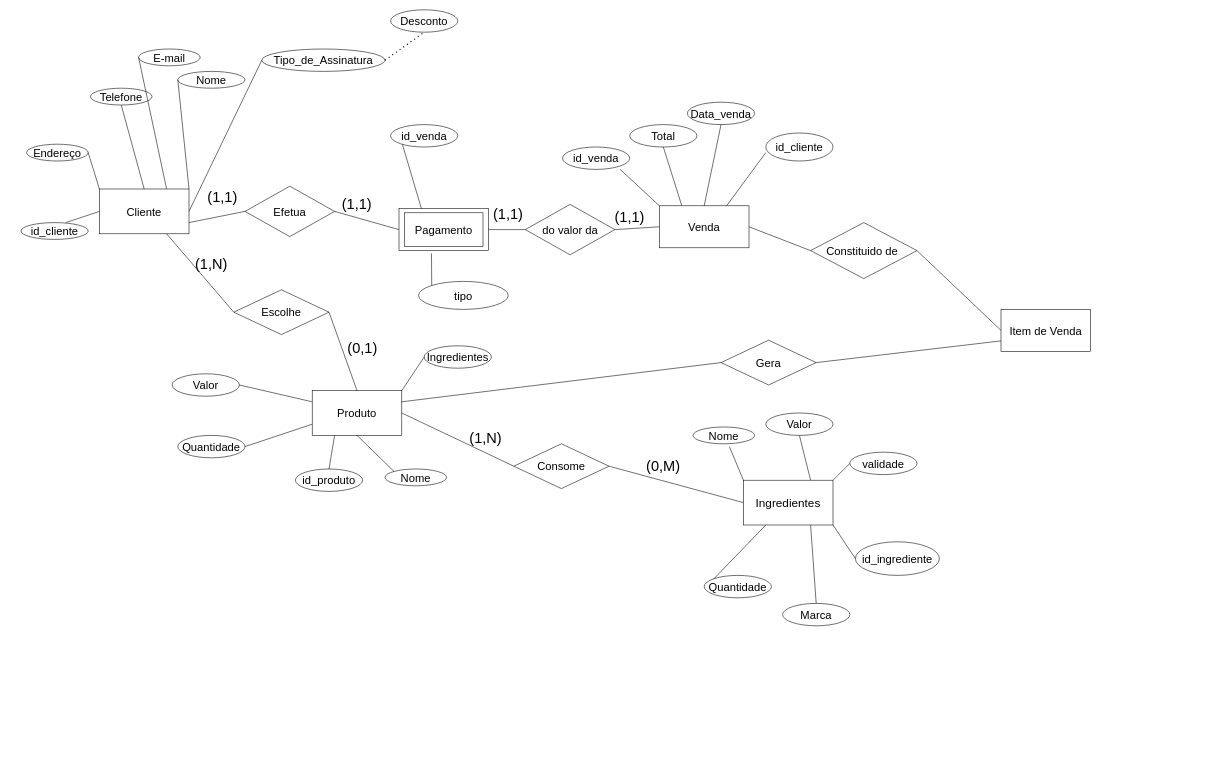
This is lib/der-padaria.drawio from GustavoBastos04/Sistema-de-padaria, a draw.io file, before an edit. Source tidied: cells renumbered, new cells numbered last; positions are measured from the earlier drawing's top-left corner, leaving out a move shared by most shapes. Both pictures are drawn from the tidied source at 56%, with x=0, y=0 at pixel (21, 10).
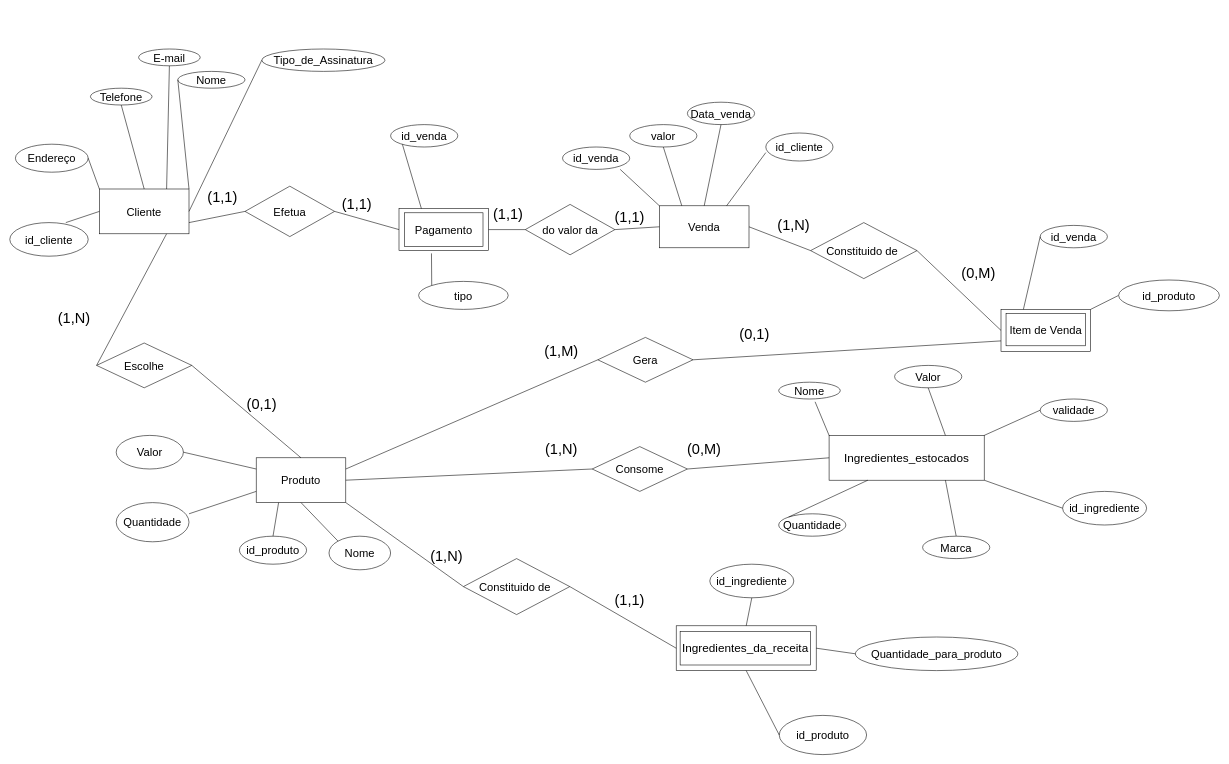
Above is the later version.

The change refers to these unchanged cells:
```xml
<mxCell id="4" value="&lt;font style=&quot;font-size: 20px;&quot;&gt;Cliente&lt;/font&gt;" style="rounded=0;whiteSpace=wrap;html=1;" parent="1" vertex="1">
  <mxGeometry x="140" y="320" width="160" height="80" as="geometry" />
</mxCell>
<mxCell id="9" value="&lt;span style=&quot;font-size: 20px;&quot;&gt;Tipo_de_Assinatura&lt;/span&gt;" style="ellipse;whiteSpace=wrap;html=1;" parent="1" vertex="1">
  <mxGeometry x="430" y="70" width="220" height="40" as="geometry" />
</mxCell>
<mxCell id="10" value="&lt;font style=&quot;font-size: 20px;&quot;&gt;E-mail&lt;/font&gt;" style="ellipse;whiteSpace=wrap;html=1;" parent="1" vertex="1">
  <mxGeometry x="210" y="70" width="110" height="30" as="geometry" />
</mxCell>
```

The edit, as a diff of the source:
```diff
@@
     <mxCell id="2" value="&lt;font style=&quot;font-size: 20px;&quot;&gt;Produto&lt;/font&gt;" style="rounded=0;whiteSpace=wrap;html=1;" parent="1" vertex="1">
-      <mxGeometry x="520" y="680" width="160" height="80" as="geometry" />
+      <mxGeometry x="420" y="800" width="160" height="80" as="geometry" />
     </mxCell>
-    <mxCell id="3" value="&lt;span style=&quot;font-size: 21px;&quot;&gt;Ingredientes&lt;/span&gt;" style="rounded=0;whiteSpace=wrap;html=1;" parent="1" vertex="1">
-      <mxGeometry x="1290" y="840" width="160" height="80" as="geometry" />
+    <mxCell id="3" value="&lt;span style=&quot;font-size: 21px;&quot;&gt;Ingredientes_estocados&lt;/span&gt;" style="rounded=0;whiteSpace=wrap;html=1;" parent="1" vertex="1">
+      <mxGeometry x="1443" y="760" width="277" height="80" as="geometry" />
     </mxCell>
@@
     <mxCell id="5" value="&lt;font style=&quot;font-size: 20px;&quot;&gt;Escolhe&lt;/font&gt;" style="rhombus;whiteSpace=wrap;html=1;" parent="1" vertex="1">
-      <mxGeometry x="380" y="500" width="170" height="80" as="geometry" />
+      <mxGeometry x="135" y="595" width="170" height="80" as="geometry" />
     </mxCell>
     <mxCell id="6" value="&lt;font style=&quot;font-size: 20px;&quot;&gt;Consome&lt;/font&gt;" style="rhombus;whiteSpace=wrap;html=1;" parent="1" vertex="1">
-      <mxGeometry x="880" y="775" width="170" height="80" as="geometry" />
+      <mxGeometry x="1020" y="780" width="170" height="80" as="geometry" />
     </mxCell>
@@
     <mxCell id="8" value="&lt;font style=&quot;font-size: 20px;&quot;&gt;id_cliente&lt;/font&gt;" style="ellipse;whiteSpace=wrap;html=1;" parent="1" vertex="1">
-      <mxGeometry y="380" width="120" height="30" as="geometry" />
+      <mxGeometry x="-20" y="380" width="140" height="60" as="geometry" />
     </mxCell>
@@
     <mxCell id="12" value="&lt;font style=&quot;font-size: 20px;&quot;&gt;Nome&lt;/font&gt;" style="ellipse;whiteSpace=wrap;html=1;" parent="1" vertex="1">
-      <mxGeometry x="1200" y="745" width="110" height="30" as="geometry" />
+      <mxGeometry x="1353" y="665" width="110" height="30" as="geometry" />
     </mxCell>
     <mxCell id="13" value="&lt;font style=&quot;font-size: 20px;&quot;&gt;id_ingrediente&lt;/font&gt;" style="ellipse;whiteSpace=wrap;html=1;" parent="1" vertex="1">
-      <mxGeometry x="1490" y="950" width="150" height="60" as="geometry" />
+      <mxGeometry x="1860" y="860" width="150" height="60" as="geometry" />
     </mxCell>
     <mxCell id="14" value="&lt;font style=&quot;font-size: 20px;&quot;&gt;id_produto&lt;/font&gt;" style="ellipse;whiteSpace=wrap;html=1;" parent="1" vertex="1">
-      <mxGeometry x="490" y="820" width="120" height="40" as="geometry" />
+      <mxGeometry x="390" y="940" width="120" height="50" as="geometry" />
     </mxCell>
     <mxCell id="15" value="&lt;font style=&quot;font-size: 20px;&quot;&gt;Nome&lt;/font&gt;" style="ellipse;whiteSpace=wrap;html=1;" parent="1" vertex="1">
-      <mxGeometry x="650" y="820" width="110" height="30" as="geometry" />
+      <mxGeometry x="550" y="940" width="110" height="60" as="geometry" />
     </mxCell>
     <mxCell id="16" value="&lt;font style=&quot;font-size: 20px;&quot;&gt;Quantidade&lt;/font&gt;" style="ellipse;whiteSpace=wrap;html=1;" parent="1" vertex="1">
-      <mxGeometry x="1220" y="1010" width="120" height="40" as="geometry" />
+      <mxGeometry x="1353" y="900" width="120" height="40" as="geometry" />
     </mxCell>
-    <mxCell id="17" value="&lt;font style=&quot;font-size: 20px;&quot;&gt;Marca&lt;/font&gt;" style="ellipse;whiteSpace=wrap;html=1;" parent="1" vertex="1">
-      <mxGeometry x="1360" y="1060" width="120" height="40" as="geometry" />
-    </mxCell>
     <mxCell id="18" value="&lt;font style=&quot;font-size: 20px;&quot;&gt;Quantidade&lt;/font&gt;" style="ellipse;whiteSpace=wrap;html=1;" parent="1" vertex="1">
-      <mxGeometry x="280" y="760" width="120" height="40" as="geometry" />
+      <mxGeometry x="170" y="880" width="130" height="70" as="geometry" />
     </mxCell>
     <mxCell id="19" value="&lt;font style=&quot;font-size: 20px;&quot;&gt;Valor&lt;/font&gt;" style="ellipse;whiteSpace=wrap;html=1;" parent="1" vertex="1">
-      <mxGeometry x="270" y="650" width="120" height="40" as="geometry" />
+      <mxGeometry x="170" y="760" width="120" height="60" as="geometry" />
     </mxCell>
     <mxCell id="20" value="&lt;font style=&quot;font-size: 20px;&quot;&gt;Valor&lt;/font&gt;" style="ellipse;whiteSpace=wrap;html=1;" parent="1" vertex="1">
-      <mxGeometry x="1330" y="720" width="120" height="40" as="geometry" />
+      <mxGeometry x="1560" y="635" width="120" height="40" as="geometry" />
     </mxCell>
-    <mxCell id="21" value="&lt;font style=&quot;font-size: 20px;&quot;&gt;Ingredientes&lt;/font&gt;" style="ellipse;whiteSpace=wrap;html=1;" parent="1" vertex="1">
-      <mxGeometry x="720" y="600" width="120" height="40" as="geometry" />
-    </mxCell>
-    <mxCell id="22" value="&lt;font style=&quot;font-size: 20px;&quot;&gt;Desconto&lt;/font&gt;" style="ellipse;whiteSpace=wrap;html=1;" parent="1" vertex="1">
-      <mxGeometry x="660" width="120" height="40" as="geometry" />
-    </mxCell>
-    <mxCell id="23" style="endArrow=none;html=1;rounded=0;exitX=0.75;exitY=0;exitDx=0;exitDy=0;entryX=0.5;entryY=1;entryDx=0;entryDy=0;" parent="1" edge="1" source="3">
-      <mxGeometry relative="1" as="geometry">
-        <mxPoint x="1390" y="760" as="targetPoint" />
-      </mxGeometry>
+    <mxCell id="23" style="endArrow=none;html=1;rounded=0;exitX=0.75;exitY=0;exitDx=0;exitDy=0;entryX=0.5;entryY=1;entryDx=0;entryDy=0;" parent="1" edge="1" source="3" target="20">
+      <mxGeometry relative="1" as="geometry" />
     </mxCell>
     <mxCell id="24" style="endArrow=none;html=1;rounded=0;exitX=0;exitY=0;exitDx=0;exitDy=0;entryX=0.5;entryY=1;entryDx=0;entryDy=0;" parent="1" edge="1" source="3">
       <mxGeometry relative="1" as="geometry">
-        <mxPoint x="1265" y="780" as="targetPoint" />
+        <mxPoint x="1418" y="700" as="targetPoint" />
       </mxGeometry>
     </mxCell>
@@
-    <mxCell id="27" style="endArrow=none;html=1;rounded=0;exitX=0.75;exitY=1;exitDx=0;exitDy=0;entryX=0.5;entryY=0;entryDx=0;entryDy=0;" parent="1" edge="1" source="3">
-      <mxGeometry relative="1" as="geometry">
-        <mxPoint x="1420" y="1060" as="targetPoint" />
-      </mxGeometry>
-    </mxCell>
@@
     <mxCell id="30" style="endArrow=none;html=1;rounded=0;exitX=1;exitY=0.5;exitDx=0;exitDy=0;entryX=0;entryY=0.75;entryDx=0;entryDy=0;" parent="1" edge="1" target="2">
       <mxGeometry relative="1" as="geometry">
-        <mxPoint x="400" y="780" as="sourcePoint" />
+        <mxPoint x="300" y="900" as="sourcePoint" />
       </mxGeometry>
     </mxCell>
     <mxCell id="31" style="endArrow=none;html=1;rounded=0;exitX=1;exitY=0.5;exitDx=0;exitDy=0;entryX=0;entryY=0.25;entryDx=0;entryDy=0;" parent="1" edge="1" target="2">
       <mxGeometry relative="1" as="geometry">
-        <mxPoint x="390" y="670" as="sourcePoint" />
+        <mxPoint x="290" y="790" as="sourcePoint" />
       </mxGeometry>
     </mxCell>
-    <mxCell id="32" style="endArrow=none;html=1;rounded=0;exitX=0;exitY=0.5;exitDx=0;exitDy=0;entryX=1;entryY=0;entryDx=0;entryDy=0;" parent="1" edge="1" source="21" target="2">
+    <mxCell id="32" style="endArrow=none;html=1;rounded=0;exitX=0;exitY=0.5;exitDx=0;exitDy=0;entryX=1;entryY=1;entryDx=0;entryDy=0;" parent="1" edge="1" source="92" target="2">
       <mxGeometry relative="1" as="geometry" />
     </mxCell>
@@
-    <mxCell id="34" style="endArrow=none;html=1;rounded=0;exitX=0.75;exitY=0;exitDx=0;exitDy=0;entryX=0;entryY=0.5;entryDx=0;entryDy=0;" parent="1" edge="1" source="4" target="10">
+    <mxCell id="34" style="endArrow=none;html=1;rounded=0;exitX=0.75;exitY=0;exitDx=0;exitDy=0;entryX=0.5;entryY=1;entryDx=0;entryDy=0;" parent="1" edge="1" source="4" target="10">
       <mxGeometry relative="1" as="geometry" />
     </mxCell>
@@
-    <mxCell id="38" style="endArrow=none;dashed=1;html=1;dashPattern=1 3;strokeWidth=2;rounded=0;exitX=1;exitY=0.5;exitDx=0;exitDy=0;entryX=0.5;entryY=1;entryDx=0;entryDy=0;" parent="1" edge="1" source="9" target="22">
-      <mxGeometry relative="1" as="geometry" />
-    </mxCell>
     <mxCell id="39" value="&lt;span style=&quot;font-size: 20px;&quot;&gt;validade&lt;/span&gt;" style="ellipse;whiteSpace=wrap;html=1;" parent="1" vertex="1">
-      <mxGeometry x="1480" y="790" width="120" height="40" as="geometry" />
+      <mxGeometry x="1820" y="695" width="120" height="40" as="geometry" />
     </mxCell>
@@
     <mxCell id="41" value="&lt;span style=&quot;font-size: 20px;&quot;&gt;Endereço&lt;/span&gt;" style="ellipse;whiteSpace=wrap;html=1;" parent="1" vertex="1">
-      <mxGeometry x="10" y="240" width="110" height="30" as="geometry" />
+      <mxGeometry x="-10" y="240" width="130" height="50" as="geometry" />
     </mxCell>
@@
-    <mxCell id="45" value="&lt;font style=&quot;font-size: 20px;&quot;&gt;Total&lt;/font&gt;" style="ellipse;whiteSpace=wrap;html=1;" parent="1" vertex="1">
+    <mxCell id="45" value="&lt;font style=&quot;font-size: 20px;&quot;&gt;valor&lt;/font&gt;" style="ellipse;whiteSpace=wrap;html=1;" parent="1" vertex="1">
       <mxGeometry x="1087" y="205" width="120" height="40" as="geometry" />
     </mxCell>
@@
     <mxCell id="49" value="&lt;font style=&quot;font-size: 20px;&quot;&gt;Gera&lt;/font&gt;" style="rhombus;whiteSpace=wrap;html=1;" parent="1" vertex="1">
-      <mxGeometry x="1250" y="590" width="170" height="80" as="geometry" />
+      <mxGeometry x="1030" y="585" width="170" height="80" as="geometry" />
     </mxCell>
@@
     <mxCell id="55" value="&lt;font style=&quot;font-size: 26px;&quot;&gt;(0,M)&lt;/font&gt;" style="text;html=1;align=center;verticalAlign=middle;whiteSpace=wrap;rounded=0;" parent="1" vertex="1">
-      <mxGeometry x="1117" y="800" width="60" height="30" as="geometry" />
+      <mxGeometry x="1190" y="770" width="60" height="30" as="geometry" />
     </mxCell>
@@
     <mxCell id="57" value="&lt;font style=&quot;font-size: 26px;&quot;&gt;(1,N)&lt;/font&gt;" style="text;html=1;align=center;verticalAlign=middle;whiteSpace=wrap;rounded=0;" parent="1" vertex="1">
-      <mxGeometry x="800" y="750" width="60" height="30" as="geometry" />
+      <mxGeometry x="935" y="770" width="60" height="30" as="geometry" />
     </mxCell>
-    <mxCell id="58" value="&lt;font style=&quot;font-size: 20px;&quot;&gt;Item de Venda&lt;/font&gt;" style="rounded=0;whiteSpace=wrap;html=1;" parent="1" vertex="1">
+    <mxCell id="58" style="rounded=0;whiteSpace=wrap;html=1;" parent="1" vertex="1">
       <mxGeometry x="1750" y="535" width="160" height="75" as="geometry" />
     </mxCell>
@@
     <mxCell id="77" value="&lt;font style=&quot;font-size: 26px;&quot;&gt;(1,N)&lt;/font&gt;" style="text;html=1;align=center;verticalAlign=middle;whiteSpace=wrap;rounded=0;" parent="1" vertex="1">
-      <mxGeometry x="310" y="440" width="60" height="30" as="geometry" />
+      <mxGeometry x="65" y="535" width="60" height="30" as="geometry" />
     </mxCell>
     <mxCell id="78" value="&lt;font style=&quot;font-size: 26px;&quot;&gt;(0,1)&lt;/font&gt;" style="text;html=1;align=center;verticalAlign=middle;whiteSpace=wrap;rounded=0;" parent="1" vertex="1">
-      <mxGeometry x="580" y="590" width="60" height="30" as="geometry" />
+      <mxGeometry x="400" y="690" width="60" height="30" as="geometry" />
     </mxCell>
@@
+    <mxCell id="83" value="&lt;font style=&quot;font-size: 26px;&quot;&gt;(1,N)&lt;/font&gt;" style="text;html=1;align=center;verticalAlign=middle;whiteSpace=wrap;rounded=0;" parent="1" vertex="1">
+      <mxGeometry x="1350" y="370" width="60" height="30" as="geometry" />
+    </mxCell>
+    <mxCell id="84" value="&lt;font style=&quot;font-size: 26px;&quot;&gt;(0,M)&lt;/font&gt;" style="text;html=1;align=center;verticalAlign=middle;whiteSpace=wrap;rounded=0;" parent="1" vertex="1">
+      <mxGeometry x="1680" y="455" width="60" height="30" as="geometry" />
+    </mxCell>
+    <mxCell id="85" value="&lt;font style=&quot;font-size: 20px;&quot;&gt;id_venda&lt;/font&gt;" style="ellipse;whiteSpace=wrap;html=1;" parent="1" vertex="1">
+      <mxGeometry x="1820" y="385" width="120" height="40" as="geometry" />
+    </mxCell>
+    <mxCell id="86" style="endArrow=none;html=1;rounded=0;exitX=0.25;exitY=0;exitDx=0;exitDy=0;entryX=0;entryY=0.5;entryDx=0;entryDy=0;" parent="1" edge="1" source="58" target="85">
+      <mxGeometry relative="1" as="geometry" />
+    </mxCell>
+    <mxCell id="87" value="&lt;font style=&quot;font-size: 26px;&quot;&gt;(0,1)&lt;/font&gt;" style="text;html=1;align=center;verticalAlign=middle;whiteSpace=wrap;rounded=0;" parent="1" vertex="1">
+      <mxGeometry x="1280" y="565" width="60" height="30" as="geometry" />
+    </mxCell>
+    <mxCell id="88" value="&lt;font style=&quot;font-size: 26px;&quot;&gt;(1,M)&lt;/font&gt;" style="text;html=1;align=center;verticalAlign=middle;whiteSpace=wrap;rounded=0;" parent="1" vertex="1">
+      <mxGeometry x="935" y="595" width="60" height="30" as="geometry" />
+    </mxCell>
+    <mxCell id="89" style="endArrow=none;html=1;rounded=0;exitX=1;exitY=0;exitDx=0;exitDy=0;" parent="1" edge="1" source="58">
+      <mxGeometry relative="1" as="geometry">
+        <mxPoint x="1960" y="510" as="targetPoint" />
+      </mxGeometry>
+    </mxCell>
+    <mxCell id="90" value="&lt;font style=&quot;font-size: 20px;&quot;&gt;id_produto&lt;/font&gt;" style="ellipse;whiteSpace=wrap;html=1;" parent="1" vertex="1">
+      <mxGeometry x="1960" y="482.5" width="180" height="55" as="geometry" />
+    </mxCell>
+    <mxCell id="91" value="&lt;font style=&quot;font-size: 20px;&quot;&gt;Item de Venda&lt;/font&gt;" style="rounded=0;whiteSpace=wrap;html=1;" parent="1" vertex="1">
+      <mxGeometry x="1759" y="542.5" width="142" height="57.5" as="geometry" />
+    </mxCell>
+    <mxCell id="92" value="&lt;font style=&quot;font-size: 20px;&quot;&gt;Constituido de&amp;nbsp;&lt;/font&gt;" style="rhombus;whiteSpace=wrap;html=1;" parent="1" vertex="1">
+      <mxGeometry x="790" y="980" width="190" height="100" as="geometry" />
+    </mxCell>
+    <mxCell id="93" style="rounded=0;whiteSpace=wrap;html=1;" parent="1" vertex="1">
+      <mxGeometry x="1170" y="1100" width="250" height="80" as="geometry" />
+    </mxCell>
+    <mxCell id="94" value="&lt;font style=&quot;font-size: 20px;&quot;&gt;id_ingrediente&lt;/font&gt;" style="ellipse;whiteSpace=wrap;html=1;" parent="1" vertex="1">
+      <mxGeometry x="1230" y="990" width="150" height="60" as="geometry" />
+    </mxCell>
+    <mxCell id="95" value="&lt;font style=&quot;font-size: 20px;&quot;&gt;Quantidade_para_produto&lt;/font&gt;" style="ellipse;whiteSpace=wrap;html=1;" parent="1" vertex="1">
+      <mxGeometry x="1490" y="1120" width="290" height="60" as="geometry" />
+    </mxCell>
+    <mxCell id="96" value="&lt;span style=&quot;font-size: 21px;&quot;&gt;Ingredientes_da_receita&lt;/span&gt;" style="rounded=0;whiteSpace=wrap;html=1;" parent="1" vertex="1">
+      <mxGeometry x="1177" y="1110" width="233" height="60" as="geometry" />
+    </mxCell>
+    <mxCell id="97" style="endArrow=none;html=1;rounded=0;exitX=1;exitY=0.5;exitDx=0;exitDy=0;entryX=0;entryY=0.5;entryDx=0;entryDy=0;" parent="1" edge="1" source="92" target="93">
+      <mxGeometry relative="1" as="geometry" />
+    </mxCell>
+    <mxCell id="98" style="endArrow=none;html=1;rounded=0;exitX=0.5;exitY=1;exitDx=0;exitDy=0;entryX=0.5;entryY=0;entryDx=0;entryDy=0;" parent="1" edge="1" source="94" target="93">
+      <mxGeometry relative="1" as="geometry" />
+    </mxCell>
+    <mxCell id="99" style="endArrow=none;html=1;rounded=0;exitX=1;exitY=0.5;exitDx=0;exitDy=0;entryX=0;entryY=0.5;entryDx=0;entryDy=0;" parent="1" edge="1" source="93" target="95">
+      <mxGeometry relative="1" as="geometry" />
+    </mxCell>
+    <mxCell id="100" style="endArrow=none;html=1;rounded=0;exitX=0.75;exitY=1;exitDx=0;exitDy=0;entryX=0.5;entryY=0;entryDx=0;entryDy=0;" parent="1" edge="1" source="3" target="17">
+      <mxGeometry relative="1" as="geometry" />
+    </mxCell>
+    <mxCell id="17" value="&lt;font style=&quot;font-size: 20px;&quot;&gt;Marca&lt;/font&gt;" style="ellipse;whiteSpace=wrap;html=1;" parent="1" vertex="1">
+      <mxGeometry x="1610" y="940" width="120" height="40" as="geometry" />
+    </mxCell>
+    <mxCell id="101" value="&lt;font style=&quot;font-size: 20px;&quot;&gt;id_produto&lt;/font&gt;" style="ellipse;whiteSpace=wrap;html=1;" parent="1" vertex="1">
+      <mxGeometry x="1354" y="1260" width="156" height="70" as="geometry" />
+    </mxCell>
+    <mxCell id="102" style="endArrow=none;html=1;rounded=0;exitX=0.5;exitY=1;exitDx=0;exitDy=0;entryX=0;entryY=0.5;entryDx=0;entryDy=0;" parent="1" edge="1" source="93" target="101">
+      <mxGeometry relative="1" as="geometry" />
+    </mxCell>
+    <mxCell id="103" value="&lt;font style=&quot;font-size: 26px;&quot;&gt;(1,N)&lt;/font&gt;" style="text;html=1;align=center;verticalAlign=middle;whiteSpace=wrap;rounded=0;" parent="1" vertex="1">
+      <mxGeometry x="730" y="960" width="60" height="30" as="geometry" />
+    </mxCell>
+    <mxCell id="104" value="&lt;font style=&quot;font-size: 26px;&quot;&gt;(1,1)&lt;/font&gt;" style="text;html=1;align=center;verticalAlign=middle;whiteSpace=wrap;rounded=0;" parent="1" vertex="1">
+      <mxGeometry x="1057" y="1040" width="60" height="30" as="geometry" />
+    </mxCell>
```
